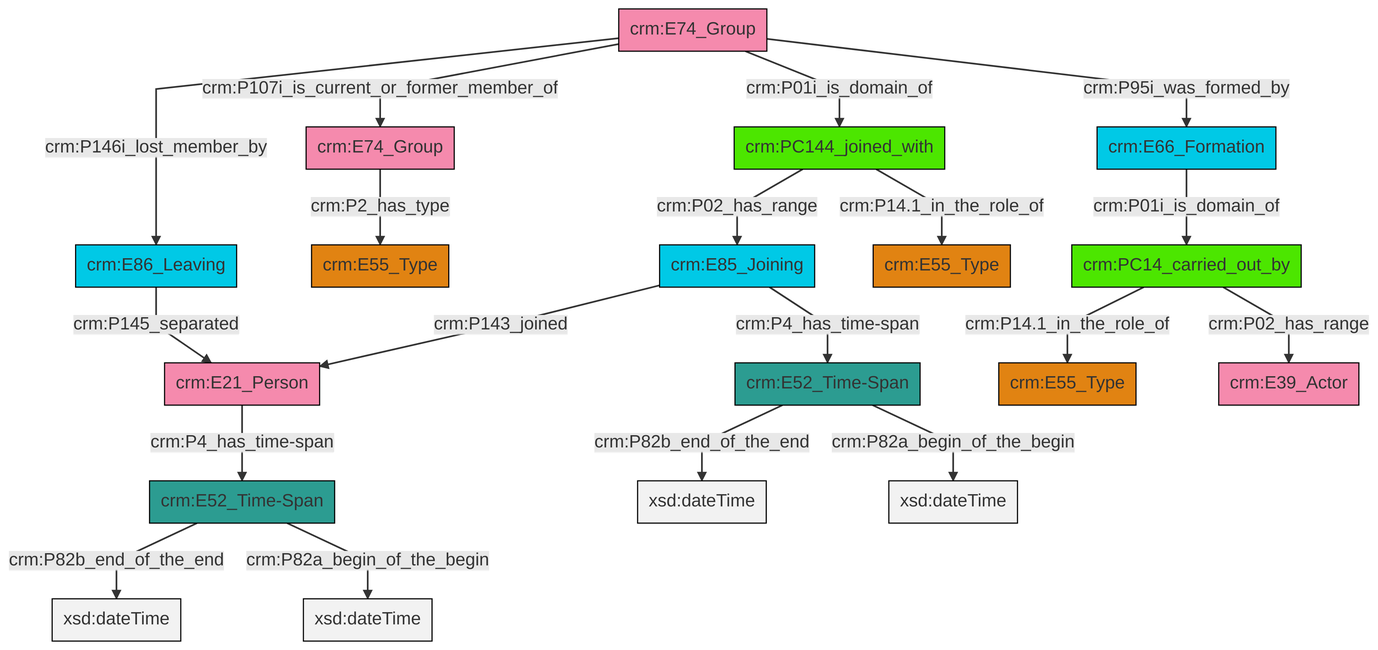
Before: et/groupCSV/ttl/mmd/png/group_actor_relations.png, a diagram exported from Mermaid (swiss-art-research-net/docs.swissartresearch). Its source is kept beside it as et/groupCSV/ttl/mmd/group_actor_relations.ttl.mmd.
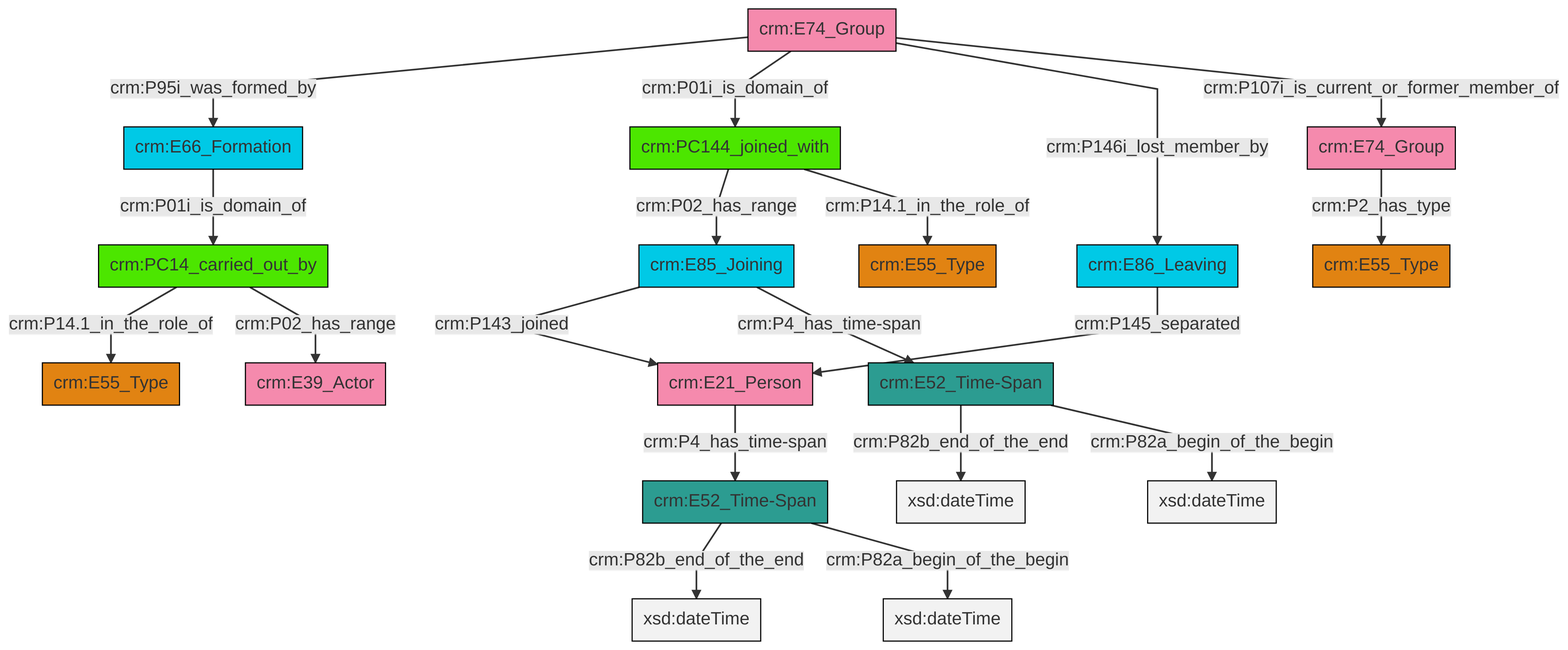
After the change.

What changed in the source:
```diff
@@ -13,21 +13,21 @@
 classDef PC_Classes fill:#4ce600, stroke:#000000;
 classDef Multi fill:#cccccc,stroke:#000000;
 
-0["crm:E21_Person"]:::Actor -->|crm:P4_has_time-span| 1["crm:E52_Time-Span"]:::Time-Span
-7["crm:E74_Group"]:::Actor -->|crm:P107i_is_current_or_former_member_of| 8["crm:E74_Group"]:::Actor
-7["crm:E74_Group"]:::Actor -->|crm:P146i_lost_member_by| 15["crm:E86_Leaving"]:::Temporal_Entity
-9["crm:E85_Joining"]:::Temporal_Entity -->|crm:P4_has_time-span| 3["crm:E52_Time-Span"]:::Time-Span
-1["crm:E52_Time-Span"]:::Time-Span -->|crm:P82b_end_of_the_end| 20[xsd:dateTime]:::Literal
-5["crm:E66_Formation"]:::Temporal_Entity -->|crm:P01i_is_domain_of| 23["crm:PC14_carried_out_by"]:::PC_Classes
-3["crm:E52_Time-Span"]:::Time-Span -->|crm:P82b_end_of_the_end| 25[xsd:dateTime]:::Literal
-15["crm:E86_Leaving"]:::Temporal_Entity -->|crm:P145_separated| 0["crm:E21_Person"]:::Actor
-7["crm:E74_Group"]:::Actor -->|crm:P01i_is_domain_of| 26["crm:PC144_joined_with"]:::PC_Classes
-3["crm:E52_Time-Span"]:::Time-Span -->|crm:P82a_begin_of_the_begin| 27[xsd:dateTime]:::Literal
-8["crm:E74_Group"]:::Actor -->|crm:P2_has_type| 11["crm:E55_Type"]:::Type
-1["crm:E52_Time-Span"]:::Time-Span -->|crm:P82a_begin_of_the_begin| 31[xsd:dateTime]:::Literal
-23["crm:PC14_carried_out_by"]:::PC_Classes -->|crm:P14.1_in_the_role_of| 13["crm:E55_Type"]:::Type
-26["crm:PC144_joined_with"]:::PC_Classes -->|crm:P02_has_range| 9["crm:E85_Joining"]:::Temporal_Entity
-9["crm:E85_Joining"]:::Temporal_Entity -->|crm:P143_joined| 0["crm:E21_Person"]:::Actor
-26["crm:PC144_joined_with"]:::PC_Classes -->|crm:P14.1_in_the_role_of| 21["crm:E55_Type"]:::Type
-23["crm:PC14_carried_out_by"]:::PC_Classes -->|crm:P02_has_range| 17["crm:E39_Actor"]:::Actor
-7["crm:E74_Group"]:::Actor -->|crm:P95i_was_formed_by| 5["crm:E66_Formation"]:::Temporal_Entity
+0["crm:E52_Time-Span"]:::Time-Span -->|crm:P82b_end_of_the_end| 1[xsd:dateTime]:::Literal
+3["crm:E74_Group"]:::Actor -->|crm:P95i_was_formed_by| 4["crm:E66_Formation"]:::Temporal_Entity
+5["crm:PC14_carried_out_by"]:::PC_Classes -->|crm:P14.1_in_the_role_of| 6["crm:E55_Type"]:::Type
+9["crm:PC144_joined_with"]:::PC_Classes -->|crm:P02_has_range| 10["crm:E85_Joining"]:::Temporal_Entity
+11["crm:E52_Time-Span"]:::Time-Span -->|crm:P82b_end_of_the_end| 12[xsd:dateTime]:::Literal
+0["crm:E52_Time-Span"]:::Time-Span -->|crm:P82a_begin_of_the_begin| 13[xsd:dateTime]:::Literal
+5["crm:PC14_carried_out_by"]:::PC_Classes -->|crm:P02_has_range| 16["crm:E39_Actor"]:::Actor
+9["crm:PC144_joined_with"]:::PC_Classes -->|crm:P14.1_in_the_role_of| 19["crm:E55_Type"]:::Type
+7["crm:E21_Person"]:::Actor -->|crm:P4_has_time-span| 0["crm:E52_Time-Span"]:::Time-Span
+10["crm:E85_Joining"]:::Temporal_Entity -->|crm:P143_joined| 7["crm:E21_Person"]:::Actor
+3["crm:E74_Group"]:::Actor -->|crm:P01i_is_domain_of| 9["crm:PC144_joined_with"]:::PC_Classes
+25["crm:E74_Group"]:::Actor -->|crm:P2_has_type| 17["crm:E55_Type"]:::Type
+11["crm:E52_Time-Span"]:::Time-Span -->|crm:P82a_begin_of_the_begin| 26[xsd:dateTime]:::Literal
+10["crm:E85_Joining"]:::Temporal_Entity -->|crm:P4_has_time-span| 11["crm:E52_Time-Span"]:::Time-Span
+3["crm:E74_Group"]:::Actor -->|crm:P146i_lost_member_by| 23["crm:E86_Leaving"]:::Temporal_Entity
+23["crm:E86_Leaving"]:::Temporal_Entity -->|crm:P145_separated| 7["crm:E21_Person"]:::Actor
+3["crm:E74_Group"]:::Actor -->|crm:P107i_is_current_or_former_member_of| 25["crm:E74_Group"]:::Actor
+4["crm:E66_Formation"]:::Temporal_Entity -->|crm:P01i_is_domain_of| 5["crm:PC14_carried_out_by"]:::PC_Classes
```
